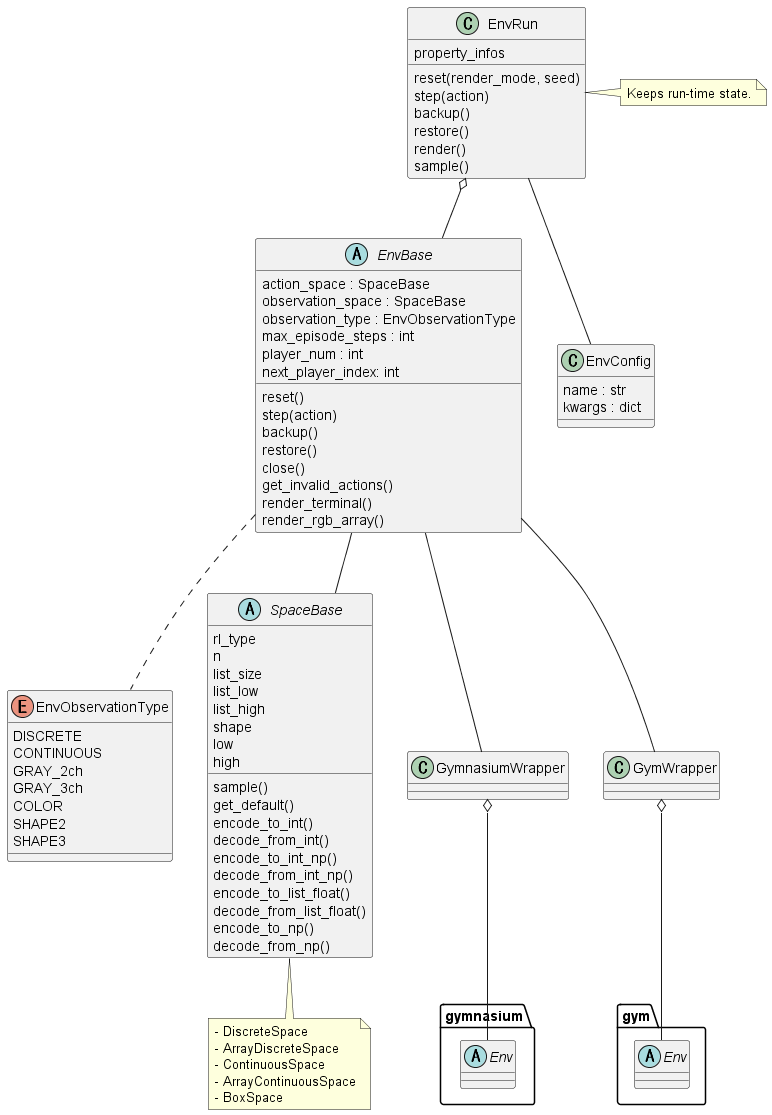
Above: diagrams/class_env.png in pocokhc/simple_distributed_rl (PlantUML), before the change.
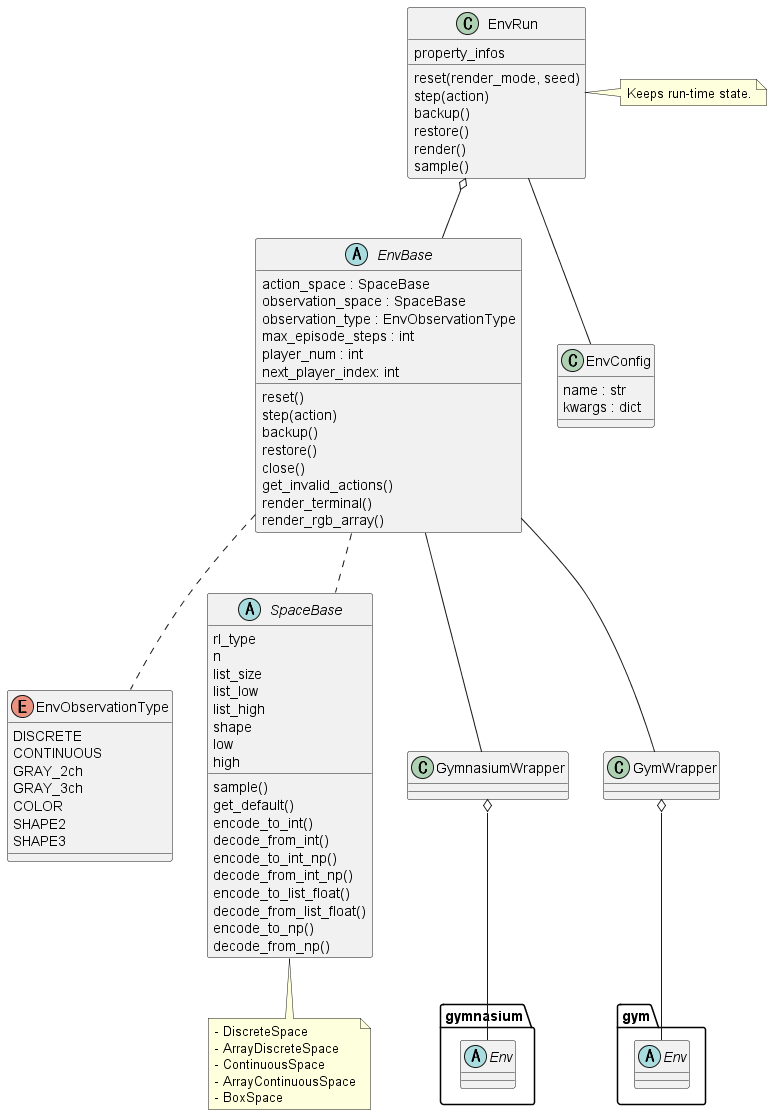
The same diagram one commit later.

Commit message:
[diagrams] update: 微修正

The edit, as a diff of the source:
```diff
@@ -62,7 +62,7 @@
 }
 
 EnvBase .. EnvObservationType
-EnvBase -- SpaceBase
+EnvBase .. SpaceBase
 
 abstract gymnasium.Env {}
 abstract gym.Env {}
```
